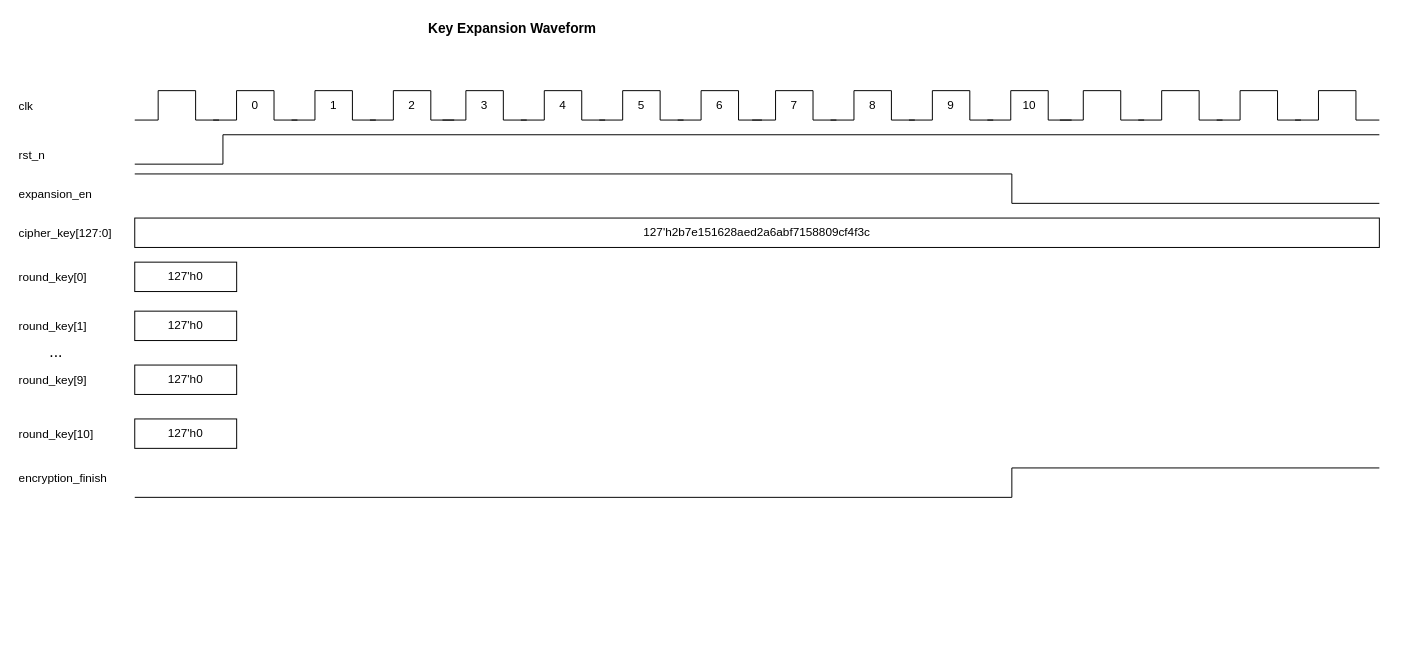
Above: Quang Long/_drawio/KEWaveform.drawio in LQLManZz/AES128-Verilog (draw.io), before the change. Source tidied: cells renumbered, new cells numbered last; positions are measured from the earlier drawing's top-left corner, leaving out a move shared by most shapes. Both pictures are drawn from the tidied source at 98%, with x=0, y=0 at pixel (17, 17).
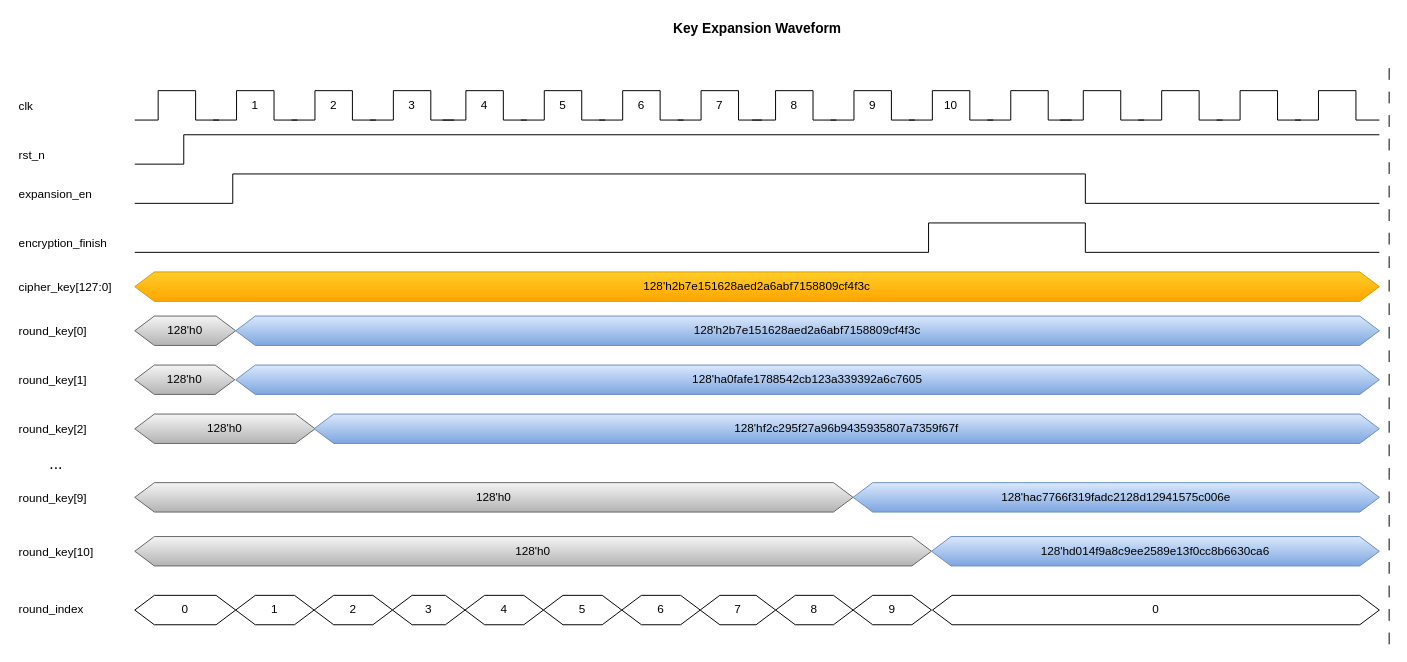
After the change.

Unchanged cells that the change refers to:
```xml
<mxCell id="13" style="group;" parent="1" vertex="1">
  <mxGeometry x="120" y="75" width="1270" height="30" as="geometry" />
</mxCell>
```

Diff of the diagram source:
```diff
@@
     <mxCell id="2" value="Key Expansion Waveform" style="text;html=1;fontSize=14;fontStyle=1;align=center;verticalAlign=middle;" parent="1" vertex="1">
-      <mxGeometry x="410" width="190" height="24" as="geometry" />
+      <mxGeometry x="660" width="190" height="24" as="geometry" />
     </mxCell>
@@
     <mxCell id="7" value="cipher_key[127:0]" style="text;align=left;verticalAlign=middle;fontSize=12;" parent="1" vertex="1">
-      <mxGeometry y="210" width="100" height="20" as="geometry" />
+      <mxGeometry y="265" width="100" height="20" as="geometry" />
     </mxCell>
     <mxCell id="8" value="round_key[0]" style="text;align=left;verticalAlign=middle;fontSize=12;" parent="1" vertex="1">
-      <mxGeometry y="255" width="100" height="20" as="geometry" />
+      <mxGeometry y="310" width="100" height="20" as="geometry" />
     </mxCell>
     <mxCell id="9" value="round_key[1]" style="text;align=left;verticalAlign=middle;fontSize=12;" parent="1" vertex="1">
-      <mxGeometry y="305" width="100" height="20" as="geometry" />
+      <mxGeometry y="360" width="100" height="20" as="geometry" />
     </mxCell>
     <mxCell id="10" value="..." style="text;align=center;verticalAlign=middle;fontSize=16;" parent="1" vertex="1">
-      <mxGeometry x="10" y="330" width="60" height="20" as="geometry" />
+      <mxGeometry x="10" y="445" width="60" height="20" as="geometry" />
     </mxCell>
     <mxCell id="11" value="round_key[9]" style="text;align=left;verticalAlign=middle;fontSize=12;" parent="1" vertex="1">
-      <mxGeometry y="360" width="100" height="20" as="geometry" />
+      <mxGeometry y="480" width="100" height="20" as="geometry" />
     </mxCell>
-    <mxCell id="12" value="encryption_finish" style="text;align=left;verticalAlign=middle;fontSize=12;" parent="1" vertex="1">
-      <mxGeometry y="460" width="100" height="20" as="geometry" />
-    </mxCell>
@@
-    <mxCell id="30" value="0" style="text;html=1;whiteSpace=wrap;strokeColor=none;fillColor=none;align=center;verticalAlign=middle;rounded=0;" parent="13" vertex="1">
+    <mxCell id="30" value="1" style="text;html=1;whiteSpace=wrap;strokeColor=none;fillColor=none;align=center;verticalAlign=middle;rounded=0;" parent="13" vertex="1">
       <mxGeometry x="113" y="5" width="20" height="20" as="geometry" />
     </mxCell>
-    <mxCell id="31" value="1" style="text;html=1;whiteSpace=wrap;strokeColor=none;fillColor=none;align=center;verticalAlign=middle;rounded=0;" parent="13" vertex="1">
+    <mxCell id="31" value="2" style="text;html=1;whiteSpace=wrap;strokeColor=none;fillColor=none;align=center;verticalAlign=middle;rounded=0;" parent="13" vertex="1">
       <mxGeometry x="193" y="5" width="20" height="20" as="geometry" />
     </mxCell>
-    <mxCell id="32" value="3" style="text;html=1;whiteSpace=wrap;strokeColor=none;fillColor=none;align=center;verticalAlign=middle;rounded=0;" parent="13" vertex="1">
+    <mxCell id="32" value="4" style="text;html=1;whiteSpace=wrap;strokeColor=none;fillColor=none;align=center;verticalAlign=middle;rounded=0;" parent="13" vertex="1">
       <mxGeometry x="347" y="5" width="20" height="20" as="geometry" />
     </mxCell>
-    <mxCell id="33" value="2" style="text;html=1;whiteSpace=wrap;strokeColor=none;fillColor=none;align=center;verticalAlign=middle;rounded=0;" parent="13" vertex="1">
+    <mxCell id="33" value="3" style="text;html=1;whiteSpace=wrap;strokeColor=none;fillColor=none;align=center;verticalAlign=middle;rounded=0;" parent="13" vertex="1">
       <mxGeometry x="273" y="5" width="20" height="20" as="geometry" />
     </mxCell>
-    <mxCell id="34" value="4" style="text;html=1;whiteSpace=wrap;strokeColor=none;fillColor=none;align=center;verticalAlign=middle;rounded=0;" parent="13" vertex="1">
+    <mxCell id="34" value="5" style="text;html=1;whiteSpace=wrap;strokeColor=none;fillColor=none;align=center;verticalAlign=middle;rounded=0;" parent="13" vertex="1">
       <mxGeometry x="427" y="5" width="20" height="20" as="geometry" />
     </mxCell>
-    <mxCell id="35" value="5" style="text;html=1;whiteSpace=wrap;strokeColor=none;fillColor=none;align=center;verticalAlign=middle;rounded=0;" parent="13" vertex="1">
+    <mxCell id="35" value="6" style="text;html=1;whiteSpace=wrap;strokeColor=none;fillColor=none;align=center;verticalAlign=middle;rounded=0;" parent="13" vertex="1">
       <mxGeometry x="507" y="5" width="20" height="20" as="geometry" />
     </mxCell>
-    <mxCell id="36" value="6" style="text;html=1;whiteSpace=wrap;strokeColor=none;fillColor=none;align=center;verticalAlign=middle;rounded=0;" parent="13" vertex="1">
+    <mxCell id="36" value="7" style="text;html=1;whiteSpace=wrap;strokeColor=none;fillColor=none;align=center;verticalAlign=middle;rounded=0;" parent="13" vertex="1">
       <mxGeometry x="587" y="5" width="20" height="20" as="geometry" />
     </mxCell>
-    <mxCell id="37" value="7" style="text;html=1;whiteSpace=wrap;strokeColor=none;fillColor=none;align=center;verticalAlign=middle;rounded=0;" parent="13" vertex="1">
+    <mxCell id="37" value="8" style="text;html=1;whiteSpace=wrap;strokeColor=none;fillColor=none;align=center;verticalAlign=middle;rounded=0;" parent="13" vertex="1">
       <mxGeometry x="663" y="5" width="20" height="20" as="geometry" />
     </mxCell>
-    <mxCell id="38" value="8" style="text;html=1;whiteSpace=wrap;strokeColor=none;fillColor=none;align=center;verticalAlign=middle;rounded=0;" parent="13" vertex="1">
+    <mxCell id="38" value="9" style="text;html=1;whiteSpace=wrap;strokeColor=none;fillColor=none;align=center;verticalAlign=middle;rounded=0;" parent="13" vertex="1">
       <mxGeometry x="743" y="5" width="20" height="20" as="geometry" />
     </mxCell>
-    <mxCell id="39" value="9" style="text;html=1;whiteSpace=wrap;strokeColor=none;fillColor=none;align=center;verticalAlign=middle;rounded=0;" parent="13" vertex="1">
+    <mxCell id="39" value="10" style="text;html=1;whiteSpace=wrap;strokeColor=none;fillColor=none;align=center;verticalAlign=middle;rounded=0;" parent="13" vertex="1">
       <mxGeometry x="823" y="5" width="20" height="20" as="geometry" />
     </mxCell>
-    <mxCell id="40" value="10" style="text;html=1;whiteSpace=wrap;strokeColor=none;fillColor=none;align=center;verticalAlign=middle;rounded=0;" parent="13" vertex="1">
-      <mxGeometry x="903" y="5" width="20" height="20" as="geometry" />
-    </mxCell>
     <mxCell id="41" style="endArrow=none;html=1;rounded=0;" parent="1" edge="1">
       <mxGeometry relative="1" as="geometry">
         <mxPoint x="1390" y="120" as="sourcePoint" />
         <mxPoint x="120" y="150" as="targetPoint" />
         <Array as="points">
-          <mxPoint x="210" y="120" />
-          <mxPoint x="210" y="150" />
+          <mxPoint x="170" y="120" />
+          <mxPoint x="170" y="150" />
         </Array>
       </mxGeometry>
     </mxCell>
     <mxCell id="42" style="endArrow=none;html=1;rounded=0;" parent="1" edge="1">
       <mxGeometry relative="1" as="geometry">
-        <mxPoint x="1390" y="190" as="sourcePoint" />
-        <mxPoint x="120" y="160" as="targetPoint" />
+        <mxPoint x="120" y="190" as="sourcePoint" />
+        <mxPoint x="1390" y="190" as="targetPoint" />
         <Array as="points">
-          <mxPoint x="1015" y="190" />
-          <mxPoint x="1015" y="160" />
+          <mxPoint x="220" y="190" />
+          <mxPoint x="220" y="160" />
+          <mxPoint x="1090" y="160" />
+          <mxPoint x="1090" y="190" />
         </Array>
       </mxGeometry>
     </mxCell>
-    <mxCell id="43" value="127'h2b7e151628aed2a6abf7158809cf4f3c" style="whiteSpace=wrap;html=1;" parent="1" vertex="1">
-      <mxGeometry x="120" y="205" width="1270" height="30" as="geometry" />
-    </mxCell>
-    <mxCell id="44" value="127'h0" style="whiteSpace=wrap;html=1;" parent="1" vertex="1">
-      <mxGeometry x="120" y="250" width="104" height="30" as="geometry" />
-    </mxCell>
-    <mxCell id="45" value="127'h0" style="whiteSpace=wrap;html=1;" parent="1" vertex="1">
-      <mxGeometry x="120" y="300" width="104" height="30" as="geometry" />
-    </mxCell>
-    <mxCell id="46" value="127'h0" style="whiteSpace=wrap;html=1;" parent="1" vertex="1">
-      <mxGeometry x="120" y="355" width="104" height="30" as="geometry" />
-    </mxCell>
-    <mxCell id="47" value="127'h0" style="whiteSpace=wrap;html=1;" parent="1" vertex="1">
-      <mxGeometry x="120" y="410" width="104" height="30" as="geometry" />
-    </mxCell>
     <mxCell id="48" value="round_key[10]" style="text;align=left;verticalAlign=middle;fontSize=12;" parent="1" vertex="1">
-      <mxGeometry y="415" width="100" height="20" as="geometry" />
+      <mxGeometry y="535" width="100" height="20" as="geometry" />
     </mxCell>
+    <mxCell id="50" value="128'h0" style="shape=hexagon;perimeter=hexagonPerimeter2;whiteSpace=wrap;html=1;fixedSize=1;fillColor=#f5f5f5;gradientColor=#b3b3b3;strokeColor=#666666;" parent="1" vertex="1">
+      <mxGeometry x="120" y="305" width="103" height="30" as="geometry" />
+    </mxCell>
+    <mxCell id="51" value="128'h0" style="shape=hexagon;perimeter=hexagonPerimeter2;whiteSpace=wrap;html=1;fixedSize=1;fillColor=#f5f5f5;gradientColor=#b3b3b3;strokeColor=#666666;" parent="1" vertex="1">
+      <mxGeometry x="120" y="355" width="102" height="30" as="geometry" />
+    </mxCell>
+    <mxCell id="52" value="128'h0" style="shape=hexagon;perimeter=hexagonPerimeter2;whiteSpace=wrap;html=1;fixedSize=1;fillColor=#f5f5f5;gradientColor=#b3b3b3;strokeColor=#666666;" parent="1" vertex="1">
+      <mxGeometry x="120" y="475" width="733" height="30" as="geometry" />
+    </mxCell>
+    <mxCell id="53" value="128'h0" style="shape=hexagon;perimeter=hexagonPerimeter2;whiteSpace=wrap;html=1;fixedSize=1;fillColor=#f5f5f5;gradientColor=#b3b3b3;strokeColor=#666666;" parent="1" vertex="1">
+      <mxGeometry x="120" y="530" width="813" height="30" as="geometry" />
+    </mxCell>
+    <mxCell id="54" value="128'h2b7e151628aed2a6abf7158809cf4f3c" style="shape=hexagon;perimeter=hexagonPerimeter2;whiteSpace=wrap;html=1;fixedSize=1;fillColor=#ffcd28;strokeColor=#d79b00;gradientColor=#ffa500;" parent="1" vertex="1">
+      <mxGeometry x="120" y="260" width="1270" height="30" as="geometry" />
+    </mxCell>
+    <mxCell id="55" value="round_index" style="text;html=1;whiteSpace=wrap;strokeColor=none;fillColor=none;align=center;verticalAlign=middle;rounded=0;" parent="1" vertex="1">
+      <mxGeometry y="590" width="70" height="30" as="geometry" />
+    </mxCell>
+    <mxCell id="56" value="0" style="shape=hexagon;perimeter=hexagonPerimeter2;whiteSpace=wrap;html=1;fixedSize=1;" parent="1" vertex="1">
+      <mxGeometry x="120" y="590" width="103" height="30" as="geometry" />
+    </mxCell>
+    <mxCell id="57" value="1" style="shape=hexagon;perimeter=hexagonPerimeter2;whiteSpace=wrap;html=1;fixedSize=1;" parent="1" vertex="1">
+      <mxGeometry x="223" y="590" width="80" height="30" as="geometry" />
+    </mxCell>
+    <mxCell id="58" style="endArrow=none;html=1;rounded=0;dashed=1;dashPattern=12 12;" parent="1" edge="1">
+      <mxGeometry relative="1" as="geometry">
+        <mxPoint x="1400" y="640" as="sourcePoint" />
+        <mxPoint x="1400" y="50" as="targetPoint" />
+      </mxGeometry>
+    </mxCell>
+    <mxCell id="59" value="2" style="shape=hexagon;perimeter=hexagonPerimeter2;whiteSpace=wrap;html=1;fixedSize=1;" parent="1" vertex="1">
+      <mxGeometry x="303" y="590" width="80" height="30" as="geometry" />
+    </mxCell>
+    <mxCell id="60" value="3" style="shape=hexagon;perimeter=hexagonPerimeter2;whiteSpace=wrap;html=1;fixedSize=1;" parent="1" vertex="1">
+      <mxGeometry x="383" y="590" width="74" height="30" as="geometry" />
+    </mxCell>
+    <mxCell id="61" value="4" style="shape=hexagon;perimeter=hexagonPerimeter2;whiteSpace=wrap;html=1;fixedSize=1;" parent="1" vertex="1">
+      <mxGeometry x="457" y="590" width="80" height="30" as="geometry" />
+    </mxCell>
+    <mxCell id="62" value="5" style="shape=hexagon;perimeter=hexagonPerimeter2;whiteSpace=wrap;html=1;fixedSize=1;" parent="1" vertex="1">
+      <mxGeometry x="537" y="590" width="80" height="30" as="geometry" />
+    </mxCell>
+    <mxCell id="63" value="6" style="shape=hexagon;perimeter=hexagonPerimeter2;whiteSpace=wrap;html=1;fixedSize=1;" parent="1" vertex="1">
+      <mxGeometry x="617" y="590" width="80" height="30" as="geometry" />
+    </mxCell>
+    <mxCell id="64" value="7" style="shape=hexagon;perimeter=hexagonPerimeter2;whiteSpace=wrap;html=1;fixedSize=1;" parent="1" vertex="1">
+      <mxGeometry x="697" y="590" width="77" height="30" as="geometry" />
+    </mxCell>
+    <mxCell id="65" value="8" style="shape=hexagon;perimeter=hexagonPerimeter2;whiteSpace=wrap;html=1;fixedSize=1;" parent="1" vertex="1">
+      <mxGeometry x="774" y="590" width="79" height="30" as="geometry" />
+    </mxCell>
+    <mxCell id="66" value="9" style="shape=hexagon;perimeter=hexagonPerimeter2;whiteSpace=wrap;html=1;fixedSize=1;" parent="1" vertex="1">
+      <mxGeometry x="853" y="590" width="80" height="30" as="geometry" />
+    </mxCell>
+    <mxCell id="67" value="0" style="shape=hexagon;perimeter=hexagonPerimeter2;whiteSpace=wrap;html=1;fixedSize=1;" parent="1" vertex="1">
+      <mxGeometry x="934" y="590" width="456" height="30" as="geometry" />
+    </mxCell>
+    <mxCell id="68" value="128'h2b7e151628aed2a6abf7158809cf4f3c" style="shape=hexagon;perimeter=hexagonPerimeter2;whiteSpace=wrap;html=1;fixedSize=1;fillColor=#dae8fc;gradientColor=#7ea6e0;strokeColor=#6c8ebf;" parent="1" vertex="1">
+      <mxGeometry x="223" y="305" width="1167" height="30" as="geometry" />
+    </mxCell>
+    <mxCell id="69" value="128'ha0fafe1788542cb123a339392a6c7605" style="shape=hexagon;perimeter=hexagonPerimeter2;whiteSpace=wrap;html=1;fixedSize=1;fillColor=#dae8fc;gradientColor=#7ea6e0;strokeColor=#6c8ebf;" parent="1" vertex="1">
+      <mxGeometry x="223" y="355" width="1167" height="30" as="geometry" />
+    </mxCell>
+    <mxCell id="70" value="128'hac7766f319fadc2128d12941575c006e" style="shape=hexagon;perimeter=hexagonPerimeter2;whiteSpace=wrap;html=1;fixedSize=1;fillColor=#dae8fc;gradientColor=#7ea6e0;strokeColor=#6c8ebf;" parent="1" vertex="1">
+      <mxGeometry x="853" y="475" width="537" height="30" as="geometry" />
+    </mxCell>
+    <mxCell id="71" value="128'hd014f9a8c9ee2589e13f0cc8b6630ca6" style="shape=hexagon;perimeter=hexagonPerimeter2;whiteSpace=wrap;html=1;fixedSize=1;fillColor=#dae8fc;gradientColor=#7ea6e0;strokeColor=#6c8ebf;" parent="1" vertex="1">
+      <mxGeometry x="933" y="530" width="457" height="30" as="geometry" />
+    </mxCell>
+    <mxCell id="72" value="round_key[2]" style="text;align=left;verticalAlign=middle;fontSize=12;" parent="1" vertex="1">
+      <mxGeometry y="410" width="100" height="20" as="geometry" />
+    </mxCell>
+    <mxCell id="73" value="128'h0" style="shape=hexagon;perimeter=hexagonPerimeter2;whiteSpace=wrap;html=1;fixedSize=1;fillColor=#f5f5f5;gradientColor=#b3b3b3;strokeColor=#666666;" parent="1" vertex="1">
+      <mxGeometry x="120" y="405" width="184" height="30" as="geometry" />
+    </mxCell>
+    <mxCell id="74" value="128'hf2c295f27a96b9435935807a7359f67f" style="shape=hexagon;perimeter=hexagonPerimeter2;whiteSpace=wrap;html=1;fixedSize=1;fillColor=#dae8fc;gradientColor=#7ea6e0;strokeColor=#6c8ebf;" parent="1" vertex="1">
+      <mxGeometry x="303" y="405" width="1087" height="30" as="geometry" />
+    </mxCell>
+    <mxCell id="12" value="encryption_finish" style="text;align=left;verticalAlign=middle;fontSize=12;" parent="1" vertex="1">
+      <mxGeometry y="220" width="100" height="20" as="geometry" />
+    </mxCell>
     <mxCell id="49" style="endArrow=none;html=1;rounded=0;" parent="1" edge="1">
       <mxGeometry relative="1" as="geometry">
-        <mxPoint x="1390" y="460" as="sourcePoint" />
-        <mxPoint x="120" y="490" as="targetPoint" />
+        <mxPoint x="1390" y="240" as="sourcePoint" />
+        <mxPoint x="120" y="240" as="targetPoint" />
         <Array as="points">
-          <mxPoint x="1015" y="460" />
-          <mxPoint x="1015" y="490" />
+          <mxPoint x="1090" y="240" />
+          <mxPoint x="1090" y="210" />
+          <mxPoint x="930" y="210" />
+          <mxPoint x="930" y="240" />
         </Array>
       </mxGeometry>
     </mxCell>
```
